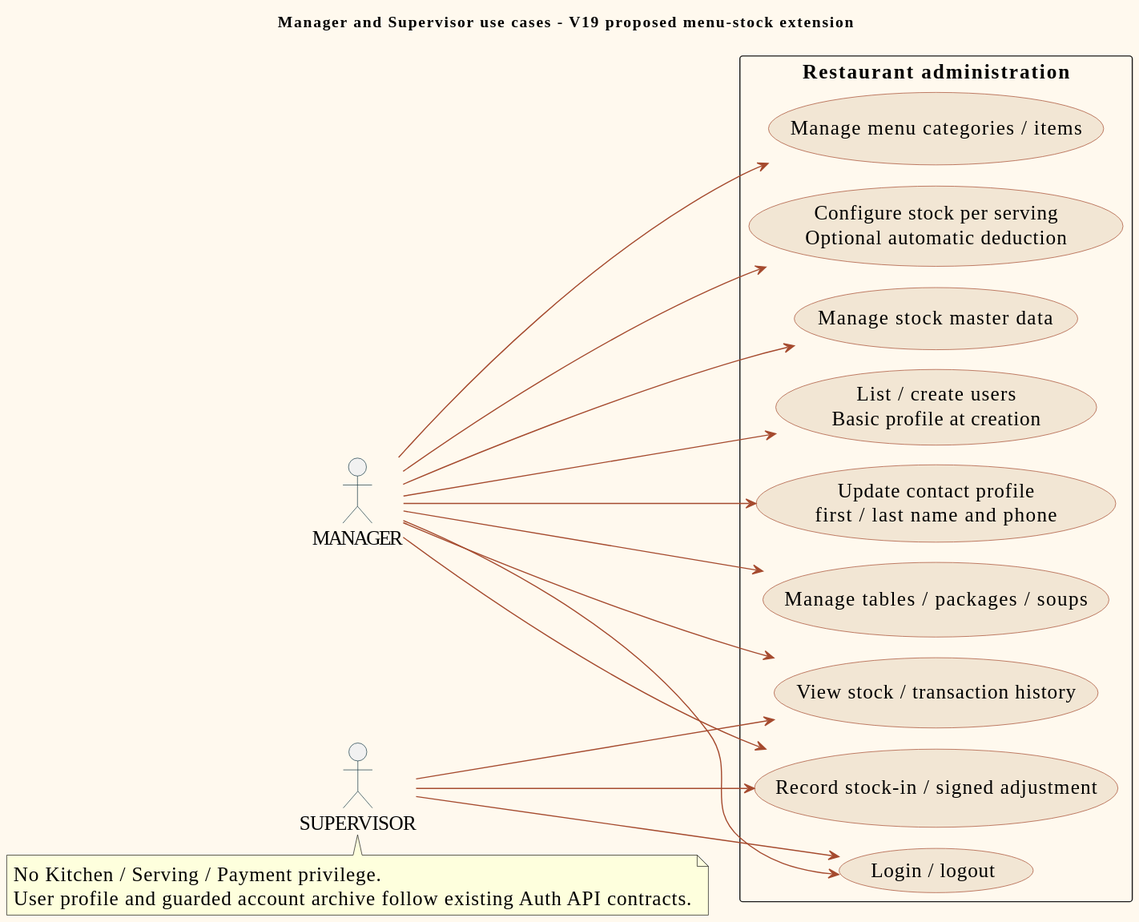
This is doc/diagrams/previews/use-case-management.svg from PavaritPramual/buffet-restaurant-management-system, a PlantUML export, as it was before one commit.
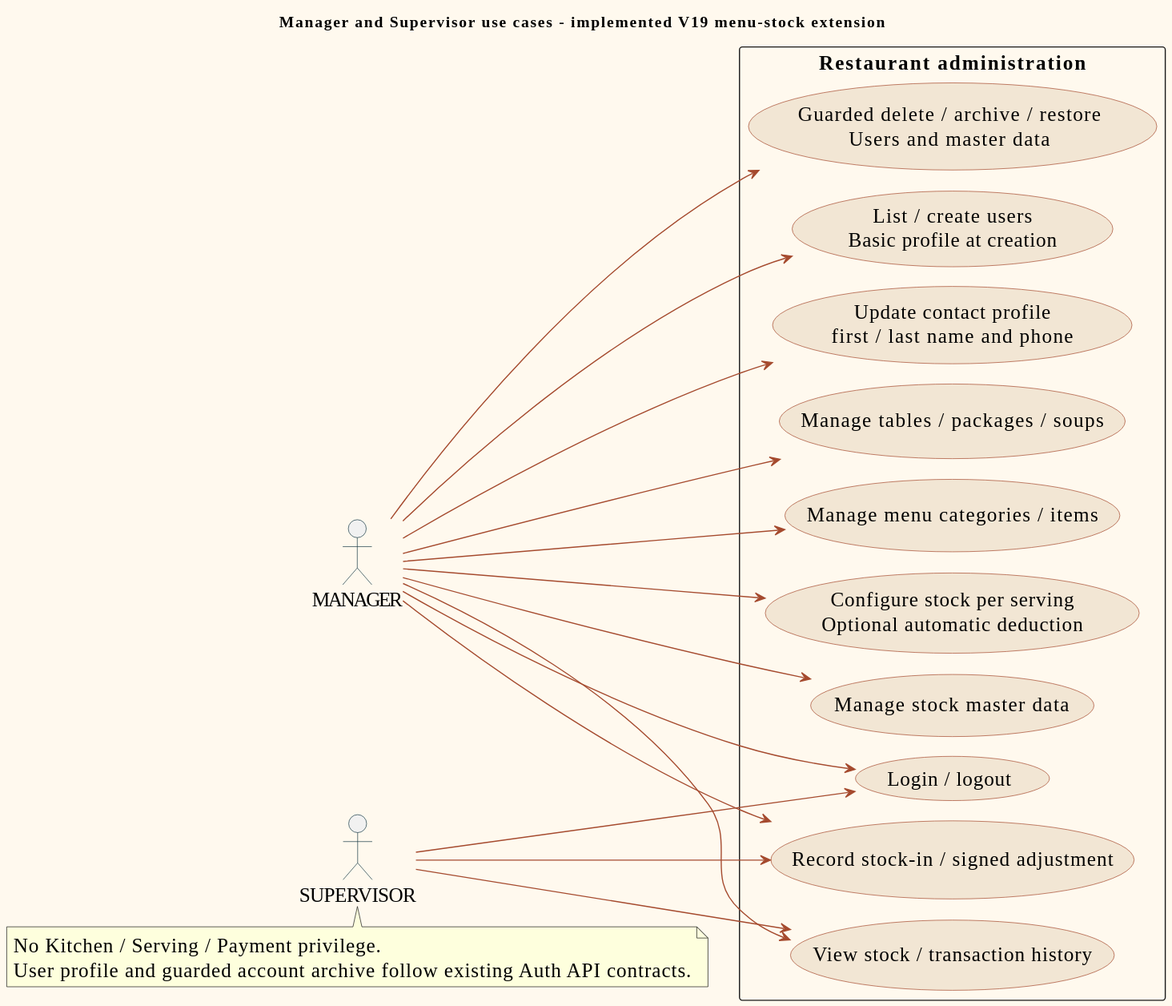
After the change.

What changed in the source:
```diff
@@ -11,7 +11,7 @@
 skinparam actorBorderColor #173A45
 skinparam usecaseBackgroundColor #F2E6D4
 skinparam usecaseBorderColor #A54A2E
-title Manager and Supervisor use cases - V19 proposed menu-stock extension
+title Manager and Supervisor use cases - implemented V19 menu-stock extension
 left to right direction
 actor "MANAGER" as Manager
 actor "SUPERVISOR" as Supervisor
@@ -23,6 +23,7 @@
  usecase "Manage menu categories / items" as Menu
  usecase "Configure stock per serving\nOptional automatic deduction" as Recipe
  usecase "Manage stock master data" as Master
+ usecase "Guarded delete / archive / restore\nUsers and master data" as Lifecycle
  usecase "View stock / transaction history" as Read
  usecase "Record stock-in / signed adjustment" as Move
 }
@@ -34,6 +35,7 @@
 Manager --> Menu
 Manager --> Recipe
 Manager --> Master
+Manager --> Lifecycle
 Manager --> Read
 Manager --> Move
 Supervisor --> Read
```
